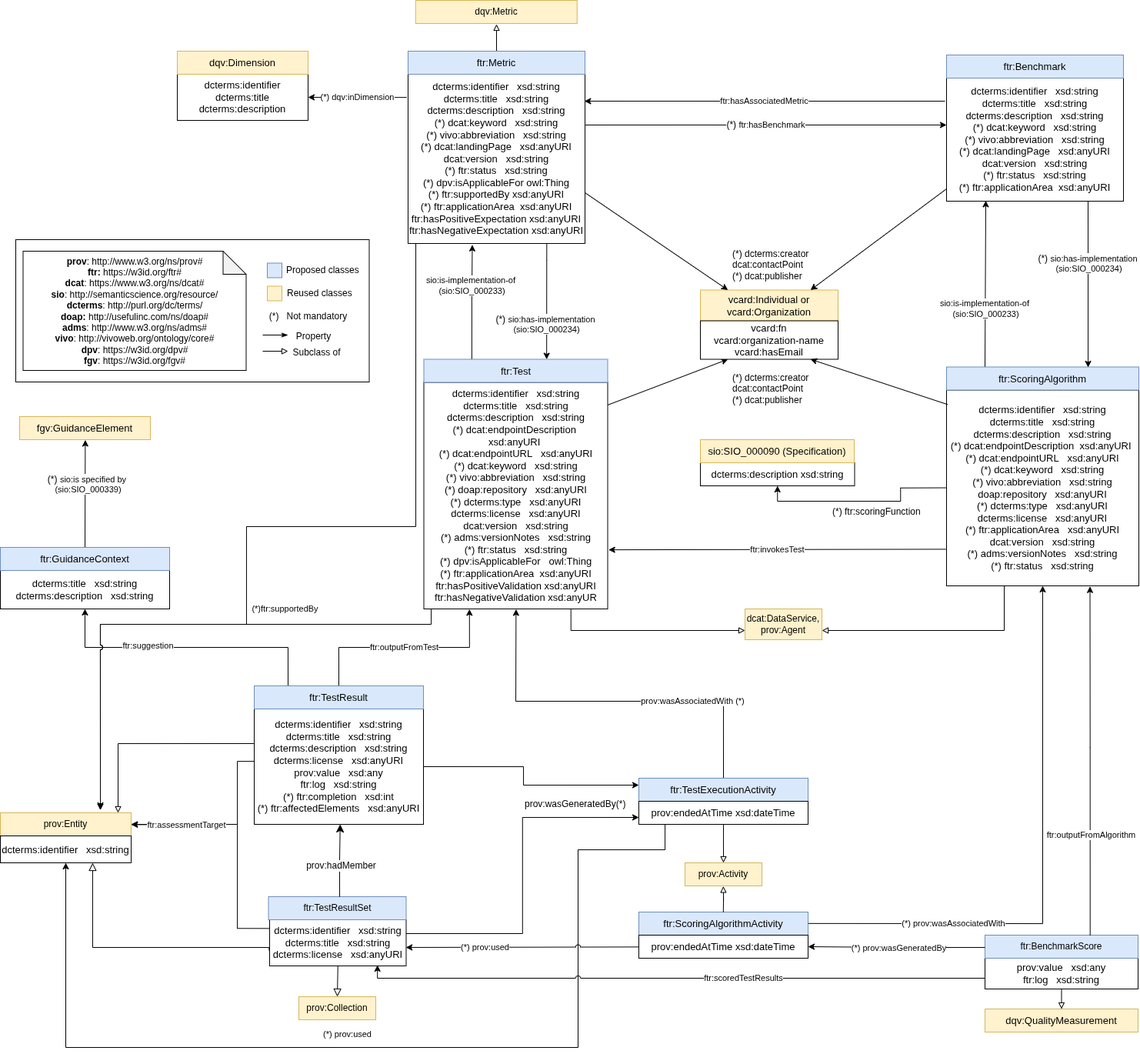
This is development/img/FAIRTestResult_diagram_v13.drawio.png from OSTrails/FAIR_testing_resource_vocabulary, a draw.io export, as it was before one commit. Source tidied: cells renumbered, new cells last; positions are measured from the earlier drawing's top-left corner, leaving out a move shared by most shapes.
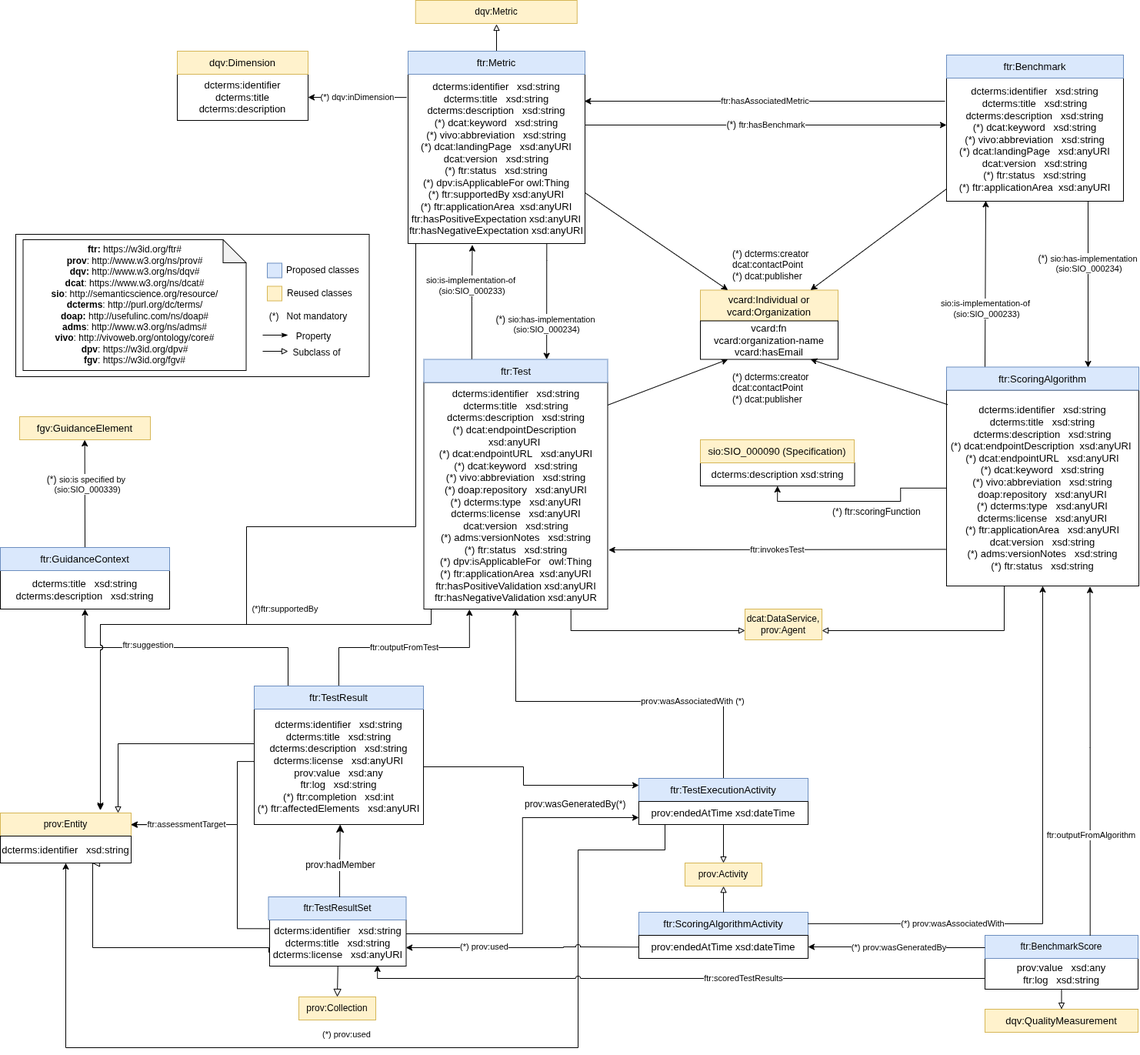
Later version of the same file.

Commit message:
fix diagram oversight Fix #96

Change to the diagram source:
```diff
@@ -8,8 +8,8 @@
     <mxCell id="3" value="prov:Collection" style="rounded=0;whiteSpace=wrap;html=1;snapToPoint=1;points=[[0.1,0],[0.2,0],[0.3,0],[0.4,0],[0.5,0],[0.6,0],[0.7,0],[0.8,0],[0.9,0],[0,0.1],[0,0.3],[0,0.5],[0,0.7],[0,0.9],[0.1,1],[0.2,1],[0.3,1],[0.4,1],[0.5,1],[0.6,1],[0.7,1],[0.8,1],[0.9,1],[1,0.1],[1,0.3],[1,0.5],[1,0.7],[1,0.9]];fillColor=#fff2cc;strokeColor=#d6b656;" parent="1" vertex="1">
       <mxGeometry x="388" y="1295" width="100" height="30" as="geometry" />
     </mxCell>
-    <mxCell id="4" value="&lt;div&gt;&lt;b&gt;prov&lt;/b&gt;: http://www.w3.org/ns/prov#&lt;/div&gt;&lt;div&gt;&lt;b&gt;ftr:&lt;/b&gt; https://w3id.org/ftr#&lt;br&gt;&lt;b&gt;dcat&lt;/b&gt;: https://www.w3.org/ns/dcat#&lt;/div&gt;&lt;div&gt;&lt;b&gt;sio&lt;/b&gt;: http://semanticscience.org/resource/&lt;br&gt;&lt;/div&gt;&lt;b&gt;dcterms&lt;/b&gt;: http://purl.org/dc/terms/&lt;div&gt;&lt;b&gt;doap:&amp;nbsp;&lt;/b&gt;&lt;span style=&quot;background-color: initial;&quot;&gt;http://usefulinc.com/ns/doap#&lt;/span&gt;&lt;/div&gt;&lt;div&gt;&lt;b&gt;adms&lt;/b&gt;: http://www.w3.org/ns/adms#&lt;/div&gt;&lt;div&gt;&lt;b&gt;vivo&lt;/b&gt;:&amp;nbsp;http://vivoweb.org/ontology/core#&lt;/div&gt;&lt;div&gt;&lt;b&gt;dpv&lt;/b&gt;: https://w3id.org/dpv#&lt;/div&gt;&lt;div&gt;&lt;b&gt;fgv&lt;/b&gt;: https://w3id.org/fgv#&lt;/div&gt;" style="shape=note;whiteSpace=wrap;html=1;backgroundOutline=1;darkOpacity=0.05;" parent="1" vertex="1">
-      <mxGeometry x="29.5" y="326" width="290" height="155" as="geometry" />
+    <mxCell id="4" value="&lt;div&gt;&lt;b&gt;ftr:&lt;/b&gt;&amp;nbsp;https://w3id.org/ftr#&lt;b&gt;&lt;/b&gt;&lt;/div&gt;&lt;div&gt;&lt;b&gt;prov&lt;/b&gt;: http://www.w3.org/ns/prov#&lt;/div&gt;&lt;div&gt;&lt;b&gt;dqv:&amp;nbsp;&lt;/b&gt;http://www.w3.org/ns/dqv#&lt;br&gt;&lt;b&gt;dcat&lt;/b&gt;: https://www.w3.org/ns/dcat#&lt;/div&gt;&lt;div&gt;&lt;b&gt;sio&lt;/b&gt;: http://semanticscience.org/resource/&lt;br&gt;&lt;/div&gt;&lt;b&gt;dcterms&lt;/b&gt;: http://purl.org/dc/terms/&lt;div&gt;&lt;b&gt;doap:&amp;nbsp;&lt;/b&gt;&lt;span style=&quot;background-color: initial;&quot;&gt;http://usefulinc.com/ns/doap#&lt;/span&gt;&lt;/div&gt;&lt;div&gt;&lt;b&gt;adms&lt;/b&gt;: http://www.w3.org/ns/adms#&lt;/div&gt;&lt;div&gt;&lt;b&gt;vivo&lt;/b&gt;:&amp;nbsp;http://vivoweb.org/ontology/core#&lt;/div&gt;&lt;div&gt;&lt;b&gt;dpv&lt;/b&gt;: https://w3id.org/dpv#&lt;/div&gt;&lt;div&gt;&lt;b&gt;fgv&lt;/b&gt;: https://w3id.org/fgv#&lt;/div&gt;" style="shape=note;whiteSpace=wrap;html=1;backgroundOutline=1;darkOpacity=0.05;" parent="1" vertex="1">
+      <mxGeometry x="29.5" y="311" width="290" height="170" as="geometry" />
     </mxCell>
     <mxCell id="5" style="edgeStyle=orthogonalEdgeStyle;rounded=0;jettySize=auto;html=1;exitX=1;exitY=0.3;exitDx=0;exitDy=0;entryX=0;entryY=0.7;entryDx=0;entryDy=0;" parent="1" edge="1" source="6" target="23">
       <mxGeometry relative="1" as="geometry" />
@@ -185,7 +185,7 @@
       <mxGeometry x="1230" y="101" width="230" height="160" as="geometry" />
     </mxCell>
     <mxCell id="44" style="rounded=0;whiteSpace=wrap;html=1;fillColor=none;" parent="1" vertex="1">
-      <mxGeometry x="20" y="311" width="459.5" height="185" as="geometry" />
+      <mxGeometry x="20" y="304" width="459.5" height="185" as="geometry" />
     </mxCell>
     <mxCell id="45" value="&lt;font style=&quot;font-size: 13px;&quot;&gt;ftr:Benchmark&lt;/font&gt;" style="rounded=0;whiteSpace=wrap;html=1;fillColor=#dae8fc;strokeColor=#6c8ebf;" parent="1" vertex="1">
       <mxGeometry x="1230" y="71" width="230" height="30" as="geometry" />
```
